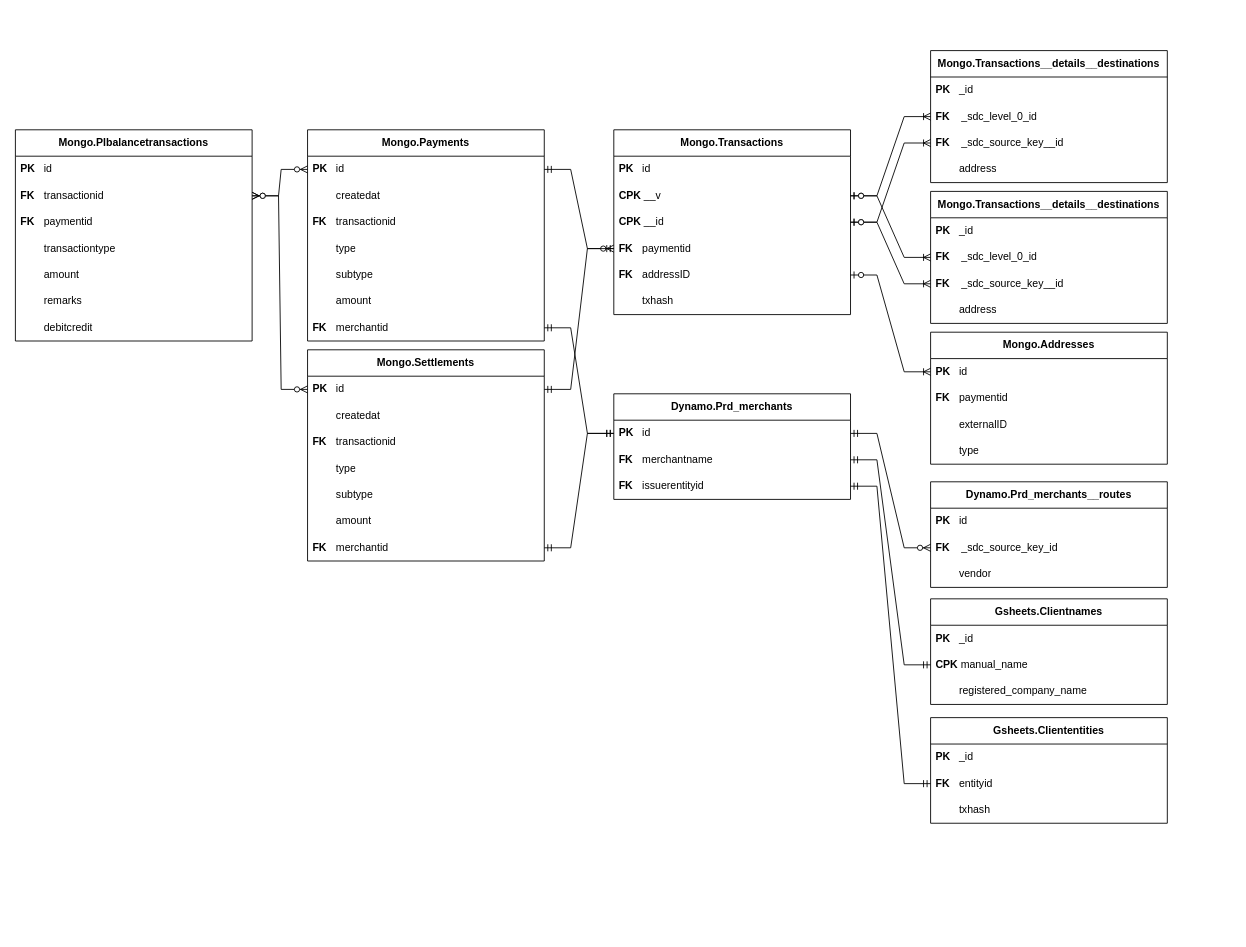
The draw.io diagram Untitled Diagram.drawio in imchuwy/dbt_models, before the edit. Source tidied: cells renumbered, new cells numbered last; positions are measured from the earlier drawing's top-left corner, leaving out a move shared by most shapes. Both pictures are drawn from the tidied source at 88%, with x=0, y=0 at pixel (15, 50).
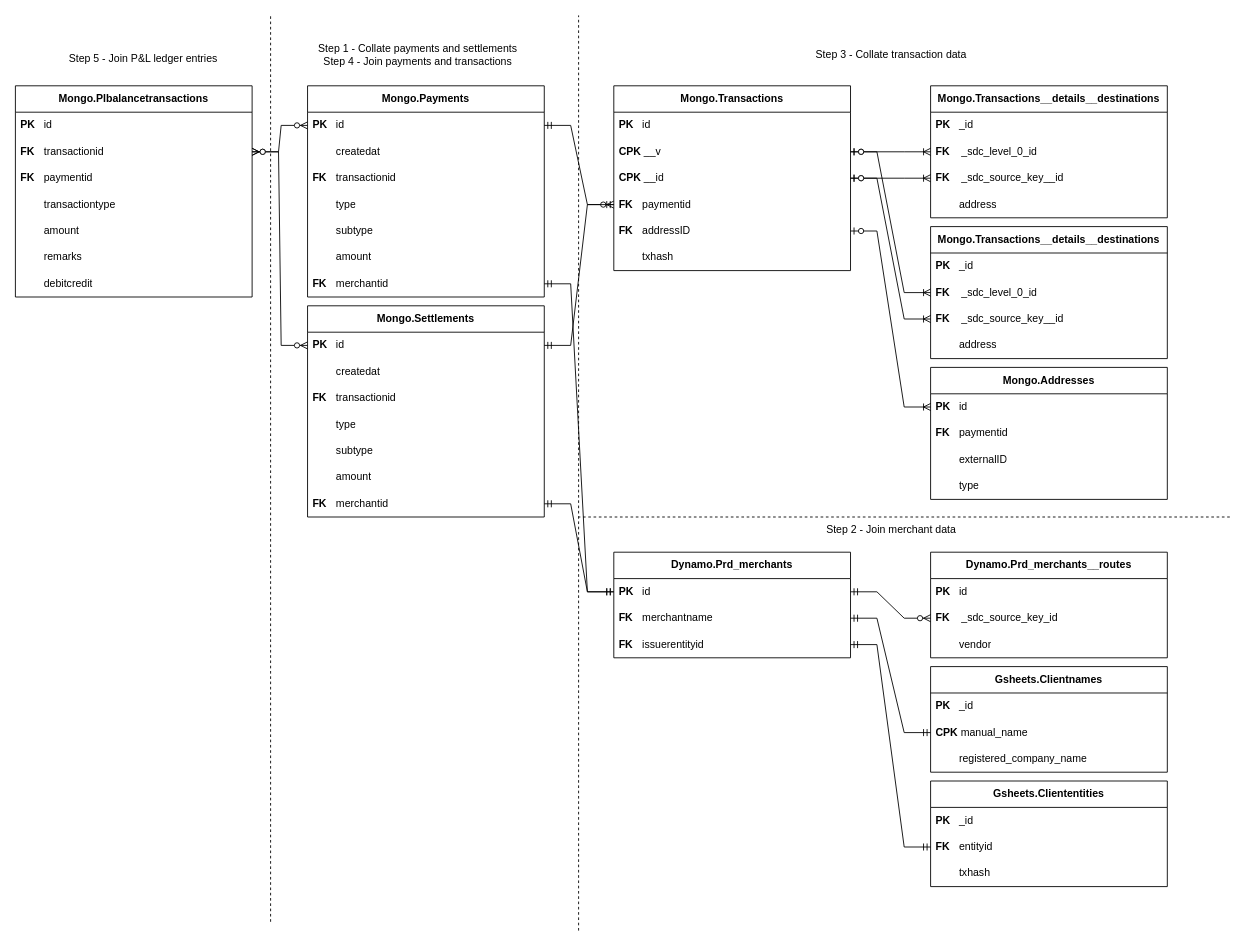
The same page after the edit.

The change refers to these unchanged cells:
```xml
<mxCell id="3" value="&lt;b&gt;PK&lt;/b&gt;&lt;span style=&quot;white-space: pre;&quot;&gt;&#9;&lt;/span&gt;id" style="text;strokeColor=none;fillColor=none;align=left;verticalAlign=middle;spacingLeft=4;spacingRight=4;overflow=hidden;points=[[0,0.5],[1,0.5]];portConstraint=eastwest;whiteSpace=wrap;html=1;" parent="2" vertex="1">
  <mxGeometry y="30" width="269" height="30" as="geometry" />
</mxCell>
<mxCell id="11" value="&lt;b&gt;PK&lt;/b&gt;&lt;span style=&quot;white-space: pre;&quot;&gt;&#9;&lt;/span&gt;id" style="text;strokeColor=none;fillColor=none;align=left;verticalAlign=middle;spacingLeft=4;spacingRight=4;overflow=hidden;points=[[0,0.5],[1,0.5]];portConstraint=eastwest;whiteSpace=wrap;html=1;" parent="10" vertex="1">
  <mxGeometry y="30" width="269" height="30" as="geometry" />
</mxCell>
<mxCell id="20" value="&lt;b&gt;CPK&amp;nbsp;&lt;/b&gt;__v" style="text;strokeColor=none;fillColor=none;align=left;verticalAlign=middle;spacingLeft=4;spacingRight=4;overflow=hidden;points=[[0,0.5],[1,0.5]];portConstraint=eastwest;whiteSpace=wrap;html=1;" parent="18" vertex="1">
  <mxGeometry y="60" width="269" height="30" as="geometry" />
</mxCell>
<mxCell id="21" value="&lt;b&gt;CPK&amp;nbsp;&lt;/b&gt;__id" style="text;strokeColor=none;fillColor=none;align=left;verticalAlign=middle;spacingLeft=4;spacingRight=4;overflow=hidden;points=[[0,0.5],[1,0.5]];portConstraint=eastwest;whiteSpace=wrap;html=1;" parent="18" vertex="1">
  <mxGeometry y="90" width="269" height="30" as="geometry" />
</mxCell>
<mxCell id="23" value="&lt;b&gt;FK&lt;/b&gt;&lt;span style=&quot;white-space: pre;&quot;&gt;&#9;&lt;/span&gt;addressID" style="text;strokeColor=none;fillColor=none;align=left;verticalAlign=middle;spacingLeft=4;spacingRight=4;overflow=hidden;points=[[0,0.5],[1,0.5]];portConstraint=eastwest;whiteSpace=wrap;html=1;" parent="18" vertex="1">
  <mxGeometry y="150" width="269" height="30" as="geometry" />
</mxCell>
<mxCell id="26" value="&lt;b&gt;PK&lt;/b&gt;&lt;span style=&quot;white-space: pre;&quot;&gt;&#9;&lt;/span&gt;id" style="text;strokeColor=none;fillColor=none;align=left;verticalAlign=middle;spacingLeft=4;spacingRight=4;overflow=hidden;points=[[0,0.5],[1,0.5]];portConstraint=eastwest;whiteSpace=wrap;html=1;" parent="25" vertex="1">
  <mxGeometry y="30" width="269" height="30" as="geometry" />
</mxCell>
<mxCell id="32" value="&lt;b&gt;FK&lt;/b&gt;&lt;span style=&quot;font-weight: bold;&quot;&gt;&lt;span style=&quot;white-space: pre;&quot;&gt;&amp;nbsp;&amp;nbsp;&amp;nbsp;&amp;nbsp;&lt;/span&gt;&lt;/span&gt;_sdc_level_0_id" style="text;strokeColor=none;fillColor=none;align=left;verticalAlign=middle;spacingLeft=4;spacingRight=4;overflow=hidden;points=[[0,0.5],[1,0.5]];portConstraint=eastwest;whiteSpace=wrap;html=1;" parent="30" vertex="1">
  <mxGeometry y="60" width="269" height="30" as="geometry" />
</mxCell>
<mxCell id="33" value="&lt;b&gt;FK&lt;/b&gt;&lt;span style=&quot;font-weight: bold;&quot;&gt;&lt;span style=&quot;&quot;&gt;&amp;nbsp;&amp;nbsp;&amp;nbsp;&amp;nbsp;&lt;/span&gt;&lt;/span&gt;_sdc_source_key__id" style="text;strokeColor=none;fillColor=none;align=left;verticalAlign=middle;spacingLeft=4;spacingRight=4;overflow=hidden;points=[[0,0.5],[1,0.5]];portConstraint=eastwest;whiteSpace=wrap;html=1;" parent="30" vertex="1">
  <mxGeometry y="90" width="269" height="30" as="geometry" />
</mxCell>
<mxCell id="38" value="&lt;b&gt;FK&lt;/b&gt;&lt;span style=&quot;white-space: pre;&quot;&gt;&#9;&lt;/span&gt;issuerentityid" style="text;strokeColor=none;fillColor=none;align=left;verticalAlign=middle;spacingLeft=4;spacingRight=4;overflow=hidden;points=[[0,0.5],[1,0.5]];portConstraint=eastwest;whiteSpace=wrap;html=1;" parent="35" vertex="1">
  <mxGeometry y="90" width="269" height="30" as="geometry" />
</mxCell>
<mxCell id="45" value="&lt;b&gt;FK&lt;span style=&quot;white-space: pre;&quot;&gt;&#9;&lt;/span&gt;&lt;/b&gt;entityid" style="text;strokeColor=none;fillColor=none;align=left;verticalAlign=middle;spacingLeft=4;spacingRight=4;overflow=hidden;points=[[0,0.5],[1,0.5]];portConstraint=eastwest;whiteSpace=wrap;html=1;" parent="43" vertex="1">
  <mxGeometry y="60" width="269" height="30" as="geometry" />
</mxCell>
<mxCell id="63" value="&lt;b&gt;FK&lt;/b&gt;&lt;span style=&quot;font-weight: bold; white-space: pre;&quot;&gt;&#9;&lt;/span&gt;transactionid" style="text;strokeColor=none;fillColor=none;align=left;verticalAlign=middle;spacingLeft=4;spacingRight=4;overflow=hidden;points=[[0,0.5],[1,0.5]];portConstraint=eastwest;whiteSpace=wrap;html=1;" parent="61" vertex="1">
  <mxGeometry y="60" width="269" height="30" as="geometry" />
</mxCell>
<mxCell id="73" value="&lt;b&gt;FK&lt;/b&gt;&lt;span style=&quot;font-weight: bold;&quot;&gt;&lt;span style=&quot;white-space: pre;&quot;&gt;&amp;nbsp;&amp;nbsp;&amp;nbsp;&amp;nbsp;&lt;/span&gt;&lt;/span&gt;_sdc_level_0_id" style="text;strokeColor=none;fillColor=none;align=left;verticalAlign=middle;spacingLeft=4;spacingRight=4;overflow=hidden;points=[[0,0.5],[1,0.5]];portConstraint=eastwest;whiteSpace=wrap;html=1;" parent="71" vertex="1">
  <mxGeometry y="60" width="269" height="30" as="geometry" />
</mxCell>
<mxCell id="74" value="&lt;b&gt;FK&lt;/b&gt;&lt;span style=&quot;font-weight: bold;&quot;&gt;&lt;span style=&quot;&quot;&gt;&amp;nbsp;&amp;nbsp;&amp;nbsp;&amp;nbsp;&lt;/span&gt;&lt;/span&gt;_sdc_source_key__id" style="text;strokeColor=none;fillColor=none;align=left;verticalAlign=middle;spacingLeft=4;spacingRight=4;overflow=hidden;points=[[0,0.5],[1,0.5]];portConstraint=eastwest;whiteSpace=wrap;html=1;" parent="71" vertex="1">
  <mxGeometry y="90" width="269" height="30" as="geometry" />
</mxCell>
```

Diff of the diagram source:
```diff
@@
     <mxCell id="2" value="&lt;b style=&quot;border-color: var(--border-color);&quot;&gt;&lt;b style=&quot;border-color: var(--border-color);&quot;&gt;Mongo&lt;/b&gt;.Settlements&lt;/b&gt;" style="swimlane;fontStyle=0;horizontal=1;startSize=30;whiteSpace=wrap;html=1;" parent="1" vertex="1">
-      <mxGeometry x="332" y="340" width="269" height="240" as="geometry" />
+      <mxGeometry x="332" y="290" width="269" height="240" as="geometry" />
     </mxCell>
@@
     <mxCell id="10" value="&lt;b style=&quot;border-color: var(--border-color);&quot;&gt;&lt;b style=&quot;border-color: var(--border-color);&quot;&gt;Mongo&lt;/b&gt;.Payments&lt;/b&gt;" style="swimlane;fontStyle=0;horizontal=1;startSize=30;whiteSpace=wrap;html=1;" parent="1" vertex="1">
-      <mxGeometry x="332" y="90" width="269" height="240" as="geometry" />
+      <mxGeometry x="332" y="40" width="269" height="240" as="geometry" />
     </mxCell>
@@
     <mxCell id="18" value="&lt;b style=&quot;border-color: var(--border-color);&quot;&gt;&lt;b style=&quot;border-color: var(--border-color);&quot;&gt;Mongo&lt;/b&gt;.Transactions&lt;/b&gt;" style="swimlane;fontStyle=0;horizontal=1;startSize=30;whiteSpace=wrap;html=1;" parent="1" vertex="1">
-      <mxGeometry x="680" y="90" width="269" height="210" as="geometry" />
+      <mxGeometry x="680" y="40" width="269" height="210" as="geometry" />
     </mxCell>
@@
     <mxCell id="25" value="&lt;b style=&quot;border-color: var(--border-color);&quot;&gt;&lt;b style=&quot;border-color: var(--border-color);&quot;&gt;Mongo&lt;/b&gt;.Addresses&lt;/b&gt;" style="swimlane;fontStyle=0;horizontal=1;startSize=30;whiteSpace=wrap;html=1;" parent="1" vertex="1">
-      <mxGeometry x="1040" y="320" width="269" height="150" as="geometry" />
+      <mxGeometry x="1040" y="360" width="269" height="150" as="geometry" />
     </mxCell>
@@
     <mxCell id="30" value="&lt;b style=&quot;border-color: var(--border-color);&quot;&gt;&lt;b style=&quot;border-color: var(--border-color);&quot;&gt;Mongo&lt;/b&gt;.Transactions__details__destinations&lt;/b&gt;" style="swimlane;fontStyle=0;horizontal=1;startSize=30;whiteSpace=wrap;html=1;" parent="1" vertex="1">
-      <mxGeometry x="1040" width="269" height="150" as="geometry" />
+      <mxGeometry x="1040" y="40" width="269" height="150" as="geometry" />
     </mxCell>
@@
     <mxCell id="35" value="&lt;b style=&quot;border-color: var(--border-color);&quot;&gt;Dynamo.Prd_merchants&lt;/b&gt;" style="swimlane;fontStyle=0;horizontal=1;startSize=30;whiteSpace=wrap;html=1;" parent="1" vertex="1">
-      <mxGeometry x="680" y="390" width="269" height="120" as="geometry" />
+      <mxGeometry x="680" y="570" width="269" height="120" as="geometry" />
     </mxCell>
@@
     <mxCell id="39" value="&lt;b&gt;Dynamo.Prd_merchants__routes&lt;/b&gt;" style="swimlane;fontStyle=0;horizontal=1;startSize=30;whiteSpace=wrap;html=1;" parent="1" vertex="1">
-      <mxGeometry x="1040" y="490" width="269" height="120" as="geometry" />
+      <mxGeometry x="1040" y="570" width="269" height="120" as="geometry" />
     </mxCell>
@@
     <mxCell id="43" value="&lt;b style=&quot;border-color: var(--border-color);&quot;&gt;Gsheets.Cliententities&lt;/b&gt;" style="swimlane;fontStyle=0;horizontal=1;startSize=30;whiteSpace=wrap;html=1;" parent="1" vertex="1">
-      <mxGeometry x="1040" y="758" width="269" height="120" as="geometry" />
+      <mxGeometry x="1040" y="830" width="269" height="120" as="geometry" />
     </mxCell>
@@
     <mxCell id="47" value="&lt;b&gt;Gsheets.Clientnames&lt;/b&gt;" style="swimlane;fontStyle=0;horizontal=1;startSize=30;whiteSpace=wrap;html=1;" parent="1" vertex="1">
-      <mxGeometry x="1040" y="623" width="269" height="120" as="geometry" />
+      <mxGeometry x="1040" y="700" width="269" height="120" as="geometry" />
     </mxCell>
@@
     <mxCell id="52" style="edgeStyle=entityRelationEdgeStyle;fontSize=12;html=1;endArrow=ERoneToMany;startArrow=ERzeroToOne;rounded=0;exitX=1;exitY=0.5;exitDx=0;exitDy=0;entryX=0;entryY=0.5;entryDx=0;entryDy=0;" parent="1" edge="1" source="23" target="26">
       <mxGeometry relative="1" as="geometry">
         <Array as="points">
-          <mxPoint x="991" y="280" />
-          <mxPoint x="1001" y="270" />
+          <mxPoint x="991" y="230" />
+          <mxPoint x="1001" y="220" />
         </Array>
       </mxGeometry>
     </mxCell>
     <mxCell id="53" style="edgeStyle=entityRelationEdgeStyle;fontSize=12;html=1;endArrow=ERoneToMany;startArrow=ERzeroToOne;rounded=0;exitX=1;exitY=0.5;exitDx=0;exitDy=0;entryX=0;entryY=0.5;entryDx=0;entryDy=0;" parent="1" edge="1" source="20" target="32">
       <mxGeometry relative="1" as="geometry">
         <Array as="points">
-          <mxPoint x="1001" y="290" />
-          <mxPoint x="1011" y="280" />
+          <mxPoint x="1001" y="240" />
+          <mxPoint x="1011" y="230" />
         </Array>
       </mxGeometry>
     </mxCell>
     <mxCell id="54" style="edgeStyle=entityRelationEdgeStyle;fontSize=12;html=1;endArrow=ERoneToMany;startArrow=ERzeroToOne;rounded=0;exitX=1;exitY=0.5;exitDx=0;exitDy=0;entryX=0;entryY=0.5;entryDx=0;entryDy=0;" parent="1" edge="1" source="21" target="33">
       <mxGeometry relative="1" as="geometry">
         <Array as="points">
-          <mxPoint x="1011" y="224.6" />
-          <mxPoint x="1011" y="334.6" />
-          <mxPoint x="1021" y="324.6" />
+          <mxPoint x="1011" y="174.6" />
+          <mxPoint x="1011" y="284.6" />
+          <mxPoint x="1021" y="274.6" />
         </Array>
       </mxGeometry>
     </mxCell>
@@
     <mxCell id="56" style="edgeStyle=entityRelationEdgeStyle;fontSize=12;html=1;endArrow=ERmandOne;startArrow=ERmandOne;rounded=0;entryX=0;entryY=0.5;entryDx=0;entryDy=0;exitX=1;exitY=0.5;exitDx=0;exitDy=0;" parent="1" edge="1" source="38" target="45">
       <mxGeometry relative="1" as="geometry">
         <Array as="points">
-          <mxPoint x="1001" y="720" />
-          <mxPoint x="1021" y="870" />
-          <mxPoint x="981" y="845" />
+          <mxPoint x="1001" y="680" />
+          <mxPoint x="1021" y="830" />
+          <mxPoint x="981" y="805" />
         </Array>
       </mxGeometry>
     </mxCell>
@@
     <mxCell id="61" value="&lt;b style=&quot;border-color: var(--border-color);&quot;&gt;Mongo.Plbalancetransactions&lt;/b&gt;" style="swimlane;fontStyle=0;horizontal=1;startSize=30;whiteSpace=wrap;html=1;" parent="1" vertex="1">
-      <mxGeometry y="90" width="269" height="240" as="geometry" />
+      <mxGeometry y="40" width="269" height="240" as="geometry" />
     </mxCell>
@@
     <mxCell id="69" style="edgeStyle=entityRelationEdgeStyle;fontSize=12;html=1;endArrow=ERzeroToMany;endFill=1;startArrow=ERzeroToMany;rounded=0;entryX=0;entryY=0.5;entryDx=0;entryDy=0;exitX=1;exitY=0.5;exitDx=0;exitDy=0;" parent="1" edge="1" source="63" target="11">
       <mxGeometry relative="1" as="geometry">
         <Array as="points">
-          <mxPoint x="281" y="560" />
-          <mxPoint x="241" y="470" />
+          <mxPoint x="281" y="510" />
+          <mxPoint x="241" y="420" />
         </Array>
       </mxGeometry>
     </mxCell>
     <mxCell id="70" style="edgeStyle=entityRelationEdgeStyle;fontSize=12;html=1;endArrow=ERzeroToMany;endFill=1;startArrow=ERzeroToMany;rounded=0;entryX=0;entryY=0.5;entryDx=0;entryDy=0;exitX=1;exitY=0.5;exitDx=0;exitDy=0;" parent="1" edge="1" source="63" target="3">
       <mxGeometry relative="1" as="geometry">
         <Array as="points">
-          <mxPoint x="291" y="570" />
-          <mxPoint x="251" y="480" />
+          <mxPoint x="291" y="520" />
+          <mxPoint x="251" y="430" />
         </Array>
       </mxGeometry>
     </mxCell>
     <mxCell id="71" value="&lt;b style=&quot;border-color: var(--border-color);&quot;&gt;&lt;b style=&quot;border-color: var(--border-color);&quot;&gt;Mongo&lt;/b&gt;.Transactions__details__destinations&lt;/b&gt;" style="swimlane;fontStyle=0;horizontal=1;startSize=30;whiteSpace=wrap;html=1;" parent="1" vertex="1">
-      <mxGeometry x="1040" y="160" width="269" height="150" as="geometry" />
+      <mxGeometry x="1040" y="200" width="269" height="150" as="geometry" />
     </mxCell>
@@
     <mxCell id="76" style="edgeStyle=entityRelationEdgeStyle;fontSize=12;html=1;endArrow=ERoneToMany;startArrow=ERzeroToOne;rounded=0;exitX=1;exitY=0.5;exitDx=0;exitDy=0;entryX=0;entryY=0.5;entryDx=0;entryDy=0;" parent="1" edge="1" source="20" target="73">
       <mxGeometry relative="1" as="geometry">
         <Array as="points">
-          <mxPoint x="971" y="185" />
-          <mxPoint x="981" y="175" />
+          <mxPoint x="971" y="135" />
+          <mxPoint x="981" y="125" />
         </Array>
       </mxGeometry>
     </mxCell>
     <mxCell id="77" style="edgeStyle=entityRelationEdgeStyle;fontSize=12;html=1;endArrow=ERoneToMany;startArrow=ERzeroToOne;rounded=0;exitX=1;exitY=0.5;exitDx=0;exitDy=0;entryX=0;entryY=0.5;entryDx=0;entryDy=0;" parent="1" edge="1" source="21" target="74">
       <mxGeometry relative="1" as="geometry">
         <Array as="points">
-          <mxPoint x="1021" y="234.6" />
-          <mxPoint x="1021" y="344.6" />
-          <mxPoint x="1031" y="334.6" />
+          <mxPoint x="1021" y="184.6" />
+          <mxPoint x="1021" y="294.6" />
+          <mxPoint x="1031" y="284.6" />
         </Array>
       </mxGeometry>
     </mxCell>
+    <mxCell id="78" style="endArrow=none;dashed=1;html=1;rounded=0;" parent="1" edge="1">
+      <mxGeometry relative="1" as="geometry">
+        <mxPoint x="290" y="990" as="sourcePoint" />
+        <mxPoint x="290" y="-40" as="targetPoint" />
+      </mxGeometry>
+    </mxCell>
+    <mxCell id="79" style="endArrow=none;dashed=1;html=1;rounded=0;" parent="1" edge="1">
+      <mxGeometry relative="1" as="geometry">
+        <mxPoint x="640" y="1000" as="sourcePoint" />
+        <mxPoint x="640" y="-40" as="targetPoint" />
+      </mxGeometry>
+    </mxCell>
+    <mxCell id="80" value="Step 1 - Collate payments and settlements&lt;br&gt;Step 4 - Join payments and transactions" style="text;html=1;align=center;verticalAlign=middle;strokeColor=none;fillColor=none;" parent="1" vertex="1">
+      <mxGeometry x="332" y="-15" width="250" height="40" as="geometry" />
+    </mxCell>
+    <mxCell id="81" value="Step 2 - Join merchant data" style="text;html=1;align=center;verticalAlign=middle;strokeColor=none;fillColor=none;" parent="1" vertex="1">
+      <mxGeometry x="910" y="530" width="170" height="30" as="geometry" />
+    </mxCell>
+    <mxCell id="82" value="Step 3 - Collate transaction data" style="text;html=1;align=center;verticalAlign=middle;strokeColor=none;fillColor=none;" parent="1" vertex="1">
+      <mxGeometry x="900" y="-10" width="190" height="30" as="geometry" />
+    </mxCell>
+    <mxCell id="83" style="endArrow=none;dashed=1;html=1;rounded=0;" parent="1" edge="1">
+      <mxGeometry relative="1" as="geometry">
+        <mxPoint x="1380" y="530" as="sourcePoint" />
+        <mxPoint x="640" y="530" as="targetPoint" />
+      </mxGeometry>
+    </mxCell>
+    <mxCell id="84" value="Step 5 - Join P&amp;amp;L ledger entries" style="text;html=1;align=center;verticalAlign=middle;strokeColor=none;fillColor=none;" parent="1" vertex="1">
+      <mxGeometry x="50" y="-5" width="190" height="30" as="geometry" />
+    </mxCell>
```
